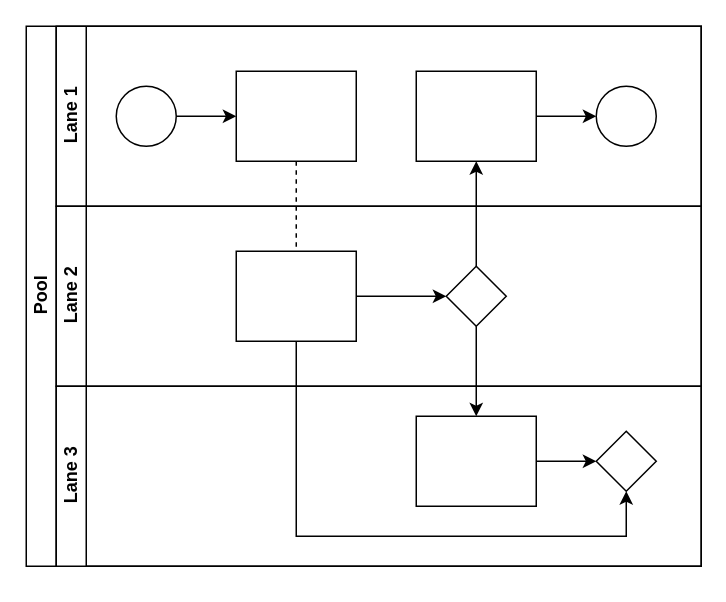
Before: Buzzmi_Program_Content_Form.drawio in Adityacs001/snippet, a draw.io diagram. Source tidied: cells renumbered, new cells numbered last; positions are measured from the earlier drawing's top-left corner, leaving out a move shared by most shapes. Both pictures are drawn from the tidied source at 150%, with x=0, y=0 at pixel (26, 26).
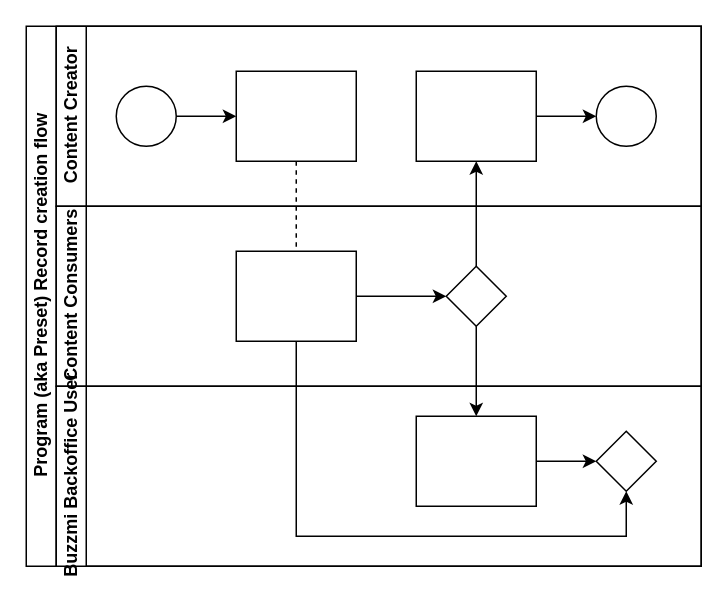
After the change.

Diff of the diagram source:
```diff
@@
-    <mxCell id="2" value="Pool" style="swimlane;html=1;horizontal=0;startSize=20;" parent="1" vertex="1">
+    <mxCell id="2" value="Program (aka Preset) Record creation flow" style="swimlane;html=1;horizontal=0;startSize=20;" parent="1" vertex="1">
       <mxGeometry width="450" height="360" as="geometry" />
     </mxCell>
@@
-    <mxCell id="7" value="Lane 1" style="swimlane;html=1;startSize=20;horizontal=0;" parent="2" vertex="1">
+    <mxCell id="7" value="Content Creator" style="swimlane;html=1;startSize=20;horizontal=0;" parent="2" vertex="1">
       <mxGeometry x="20" width="430" height="120" as="geometry" />
     </mxCell>
@@
-    <mxCell id="14" value="Lane 2" style="swimlane;html=1;startSize=20;horizontal=0;" parent="2" vertex="1">
+    <mxCell id="14" value="Content Consumers" style="swimlane;html=1;startSize=20;horizontal=0;" parent="2" vertex="1">
       <mxGeometry x="20" y="120" width="430" height="120" as="geometry" />
     </mxCell>
@@
-    <mxCell id="18" value="Lane 3" style="swimlane;html=1;startSize=20;horizontal=0;" parent="2" vertex="1">
+    <mxCell id="18" value="Buzzmi Backoffice User" style="swimlane;html=1;startSize=20;horizontal=0;" parent="2" vertex="1">
       <mxGeometry x="20" y="240" width="430" height="120" as="geometry" />
     </mxCell>
```
